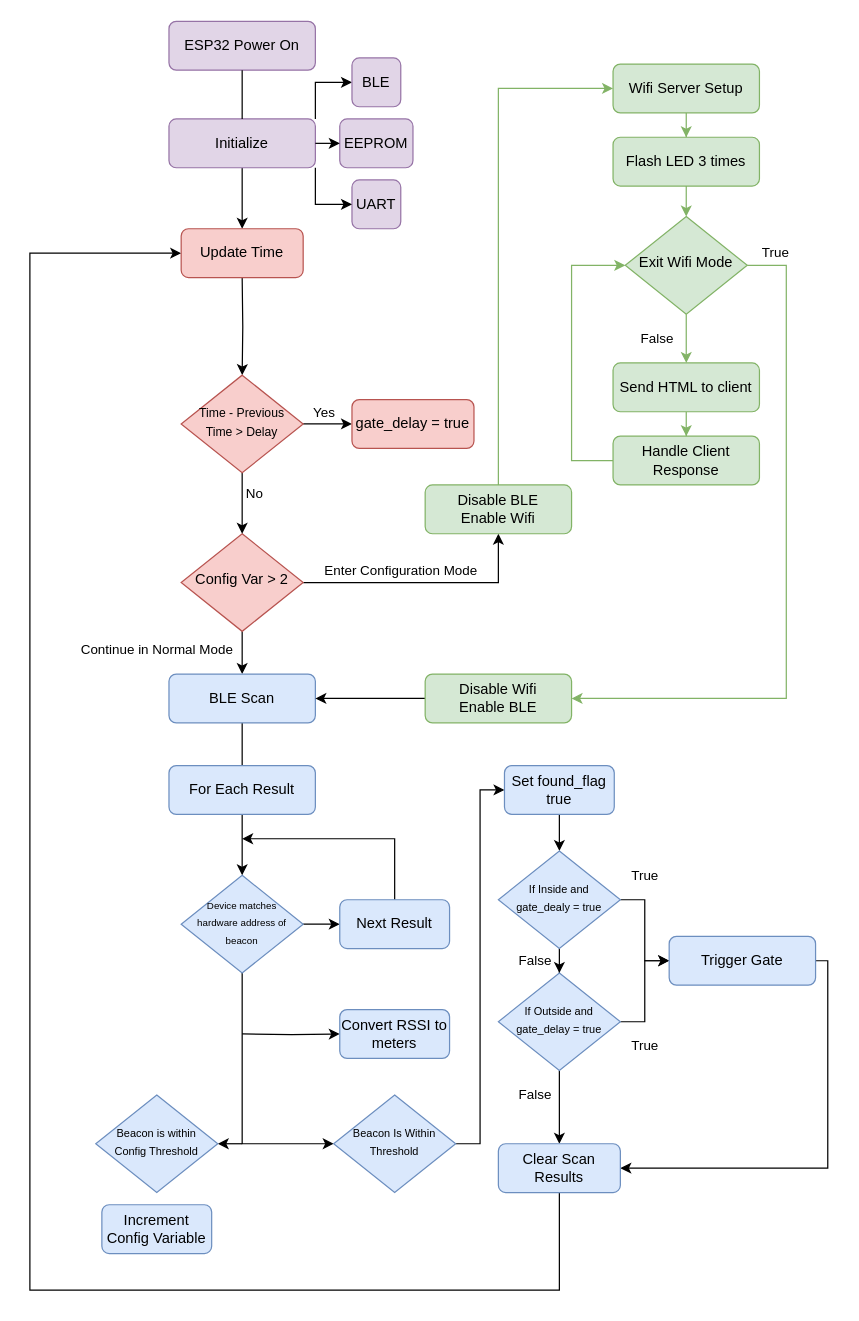
adojang/Tarentaal_X keeps this draw.io diagram as flow_diagrams/Untitled Diagram.drawio. Above is the earlier version. Source tidied: cells renumbered, new cells numbered last; positions are measured from the earlier drawing's top-left corner, leaving out a move shared by most shapes. Both pictures are drawn from the tidied source at 122%, with x=0, y=0 at pixel (29, 21).
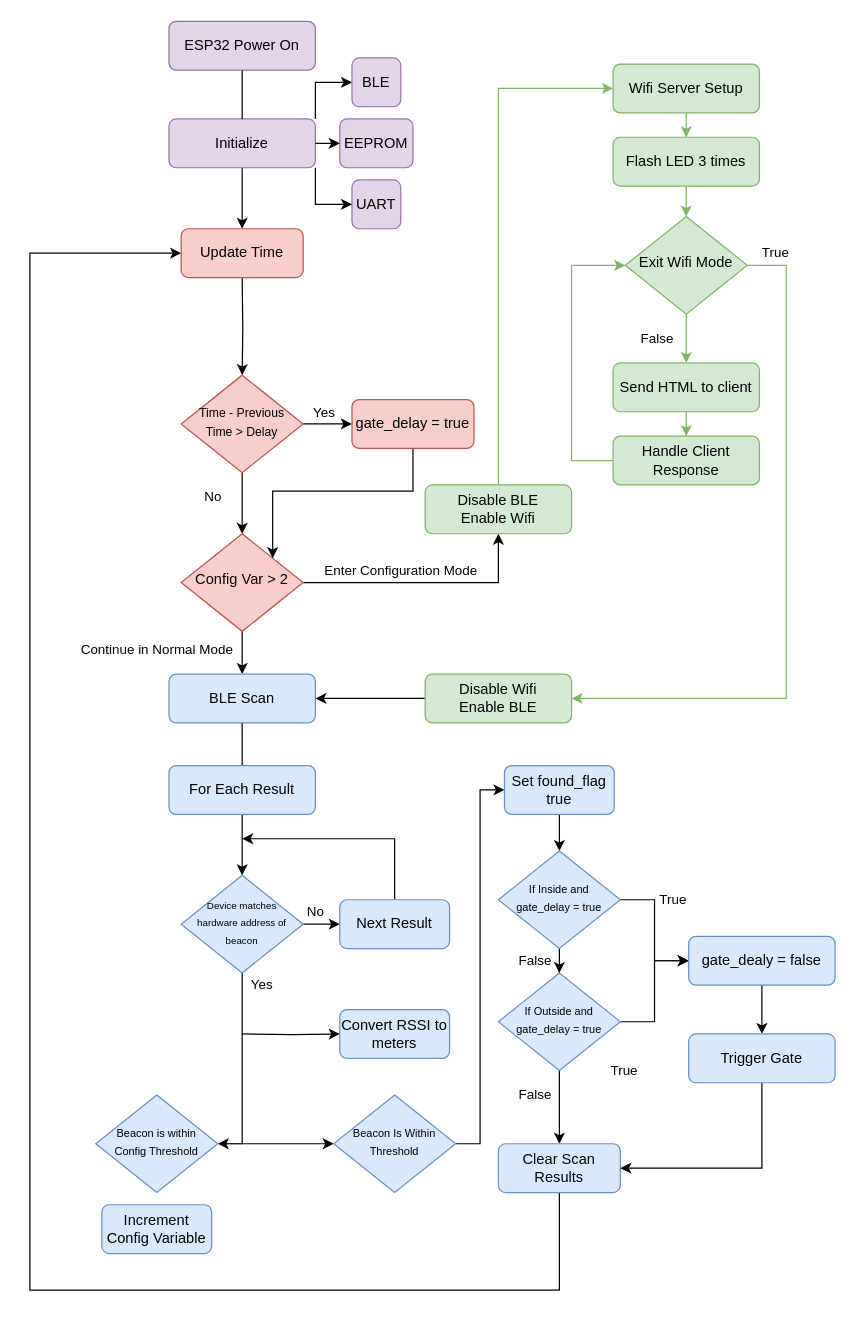
The same diagram, later.

Unchanged cells that the change refers to:
```xml
<mxCell id="5" value="Config Var &amp;gt; 2" style="rhombus;whiteSpace=wrap;html=1;shadow=0;fontFamily=Helvetica;fontSize=12;align=center;strokeWidth=1;spacing=6;spacingTop=-4;fillColor=#f8cecc;strokeColor=#b85450;" parent="1" vertex="1">
  <mxGeometry x="124" y="420" width="100" height="80" as="geometry" />
</mxCell>
<mxCell id="8" value="&lt;font style=&quot;font-size: 8px&quot;&gt;Device matches hardware address of beacon&lt;/font&gt;" style="rhombus;whiteSpace=wrap;html=1;shadow=0;fontFamily=Helvetica;fontSize=12;align=center;strokeWidth=1;spacing=6;spacingTop=-4;fillColor=#dae8fc;strokeColor=#6c8ebf;" parent="1" vertex="1">
  <mxGeometry x="124" y="700" width="100" height="80" as="geometry" />
</mxCell>
<mxCell id="24" value="&lt;font style=&quot;font-size: 10px&quot;&gt;Time - Previous Time &amp;gt; Delay&lt;/font&gt;" style="rhombus;whiteSpace=wrap;html=1;shadow=0;fontFamily=Helvetica;fontSize=12;align=center;strokeWidth=1;spacing=6;spacingTop=-4;fillColor=#f8cecc;strokeColor=#b85450;" parent="1" vertex="1">
  <mxGeometry x="124" y="290" width="100" height="80" as="geometry" />
</mxCell>
<mxCell id="25" value="gate_delay = true" style="rounded=1;whiteSpace=wrap;html=1;fontSize=12;glass=0;strokeWidth=1;shadow=0;fillColor=#f8cecc;strokeColor=#b85450;" parent="1" vertex="1">
  <mxGeometry x="264" y="310" width="100" height="40" as="geometry" />
</mxCell>
<mxCell id="30" value="Next Result" style="rounded=1;whiteSpace=wrap;html=1;fontSize=12;glass=0;strokeWidth=1;shadow=0;fillColor=#dae8fc;strokeColor=#6c8ebf;" parent="1" vertex="1">
  <mxGeometry x="254" y="720" width="90" height="40" as="geometry" />
</mxCell>
<mxCell id="34" value="&lt;font style=&quot;font-size: 9px&quot;&gt;Beacon Is Within Threshold&lt;/font&gt;" style="rhombus;whiteSpace=wrap;html=1;shadow=0;fontFamily=Helvetica;fontSize=12;align=center;strokeWidth=1;spacing=6;spacingTop=-4;fillColor=#dae8fc;strokeColor=#6c8ebf;" parent="1" vertex="1">
  <mxGeometry x="249" y="880" width="100" height="80" as="geometry" />
</mxCell>
<mxCell id="49" value="Clear Scan Results" style="rounded=1;whiteSpace=wrap;html=1;fontSize=12;glass=0;strokeWidth=1;shadow=0;fillColor=#dae8fc;strokeColor=#6c8ebf;" parent="1" vertex="1">
  <mxGeometry x="384" y="920" width="100" height="40" as="geometry" />
</mxCell>
```

What changed in the source:
```diff
@@
-    <mxCell id="6" style="edgeStyle=orthogonalEdgeStyle;rounded=0;jettySize=auto;html=1;entryX=0;entryY=0.5;entryDx=0;entryDy=0;endArrow=classic;endFill=1;" parent="1" edge="1" source="8" target="30">
-      <mxGeometry relative="1" as="geometry" />
+    <mxCell id="6" value="No" style="edgeStyle=orthogonalEdgeStyle;rounded=0;jettySize=auto;html=1;entryX=0;entryY=0.5;entryDx=0;entryDy=0;endArrow=classic;endFill=1;" parent="1" edge="1" source="8" target="30">
+      <mxGeometry x="0.2" y="10" relative="1" as="geometry" />
     </mxCell>
-    <mxCell id="7" style="edgeStyle=orthogonalEdgeStyle;rounded=0;jettySize=auto;html=1;entryX=0;entryY=0.5;entryDx=0;entryDy=0;endArrow=classic;endFill=1;" parent="1" edge="1" source="8" target="34">
-      <mxGeometry relative="1" as="geometry">
+    <mxCell id="7" value="Yes" style="edgeStyle=orthogonalEdgeStyle;rounded=0;jettySize=auto;html=1;entryX=0;entryY=0.5;entryDx=0;entryDy=0;endArrow=classic;endFill=1;" parent="1" edge="1" source="8" target="34">
+      <mxGeometry x="-0.91" y="16" relative="1" as="geometry">
         <Array as="points">
           <mxPoint x="174" y="920" />
         </Array>
       </mxGeometry>
     </mxCell>
@@
     <mxCell id="23" value="No" style="edgeStyle=orthogonalEdgeStyle;rounded=0;jettySize=auto;html=1;entryX=0.5;entryY=0;entryDx=0;entryDy=0;" parent="1" edge="1" source="24" target="5">
-      <mxGeometry x="-0.33" y="10" relative="1" as="geometry">
+      <mxGeometry x="-0.2" y="-24" relative="1" as="geometry">
         <Array as="points">
           <mxPoint x="174" y="400" />
           <mxPoint x="174" y="400" />
         </Array>
       </mxGeometry>
     </mxCell>
@@
+    <mxCell id="64" style="edgeStyle=orthogonalEdgeStyle;rounded=0;jettySize=auto;html=1;exitX=0.5;exitY=1;exitDx=0;exitDy=0;entryX=1;entryY=0;entryDx=0;entryDy=0;endArrow=classic;endFill=1;" parent="1" edge="1" source="25" target="5">
+      <mxGeometry relative="1" as="geometry" />
+    </mxCell>
@@
-    <mxCell id="42" value="&lt;font style=&quot;font-size: 9px&quot;&gt;If Inside and gate_dealy = true&lt;/font&gt;" style="rhombus;whiteSpace=wrap;html=1;shadow=0;fontFamily=Helvetica;fontSize=12;align=center;strokeWidth=1;spacing=6;spacingTop=-4;fillColor=#dae8fc;strokeColor=#6c8ebf;" parent="1" vertex="1">
+    <mxCell id="42" value="&lt;font style=&quot;font-size: 9px&quot;&gt;If Inside and gate_delay = true&lt;/font&gt;" style="rhombus;whiteSpace=wrap;html=1;shadow=0;fontFamily=Helvetica;fontSize=12;align=center;strokeWidth=1;spacing=6;spacingTop=-4;fillColor=#dae8fc;strokeColor=#6c8ebf;" parent="1" vertex="1">
       <mxGeometry x="384" y="680" width="100" height="80" as="geometry" />
     </mxCell>
@@
-    <mxCell id="46" style="edgeStyle=orthogonalEdgeStyle;rounded=0;jettySize=auto;html=1;entryX=1;entryY=0.5;entryDx=0;entryDy=0;endArrow=classic;endFill=1;" parent="1" edge="1" source="47" target="49">
-      <mxGeometry relative="1" as="geometry">
-        <Array as="points">
-          <mxPoint x="654" y="770" />
-          <mxPoint x="654" y="940" />
-        </Array>
-      </mxGeometry>
-    </mxCell>
+    <mxCell id="65" style="edgeStyle=orthogonalEdgeStyle;rounded=0;jettySize=auto;html=1;entryX=0.5;entryY=0;entryDx=0;entryDy=0;endArrow=classic;endFill=1;exitX=0.5;exitY=1;exitDx=0;exitDy=0;" parent="1" edge="1" source="47" target="67">
+      <mxGeometry relative="1" as="geometry" />
+    </mxCell>
-    <mxCell id="47" value="Trigger Gate" style="rounded=1;whiteSpace=wrap;html=1;fontSize=12;glass=0;strokeWidth=1;shadow=0;fillColor=#dae8fc;strokeColor=#6c8ebf;" parent="1" vertex="1">
-      <mxGeometry x="524" y="750" width="120" height="40" as="geometry" />
+    <mxCell id="47" value="gate_dealy = false" style="rounded=1;whiteSpace=wrap;html=1;fontSize=12;glass=0;strokeWidth=1;shadow=0;fillColor=#dae8fc;strokeColor=#6c8ebf;" parent="1" vertex="1">
+      <mxGeometry x="540" y="750" width="120" height="40" as="geometry" />
     </mxCell>
@@
+    <mxCell id="66" style="edgeStyle=orthogonalEdgeStyle;rounded=0;jettySize=auto;html=1;entryX=1;entryY=0.5;entryDx=0;entryDy=0;endArrow=classic;endFill=1;exitX=0.5;exitY=1;exitDx=0;exitDy=0;" parent="1" edge="1" source="67" target="49">
+      <mxGeometry relative="1" as="geometry" />
+    </mxCell>
+    <mxCell id="67" value="Trigger Gate" style="rounded=1;whiteSpace=wrap;html=1;fontSize=12;glass=0;strokeWidth=1;shadow=0;fillColor=#dae8fc;strokeColor=#6c8ebf;" parent="1" vertex="1">
+      <mxGeometry x="540" y="830" width="120" height="40" as="geometry" />
+    </mxCell>
```
